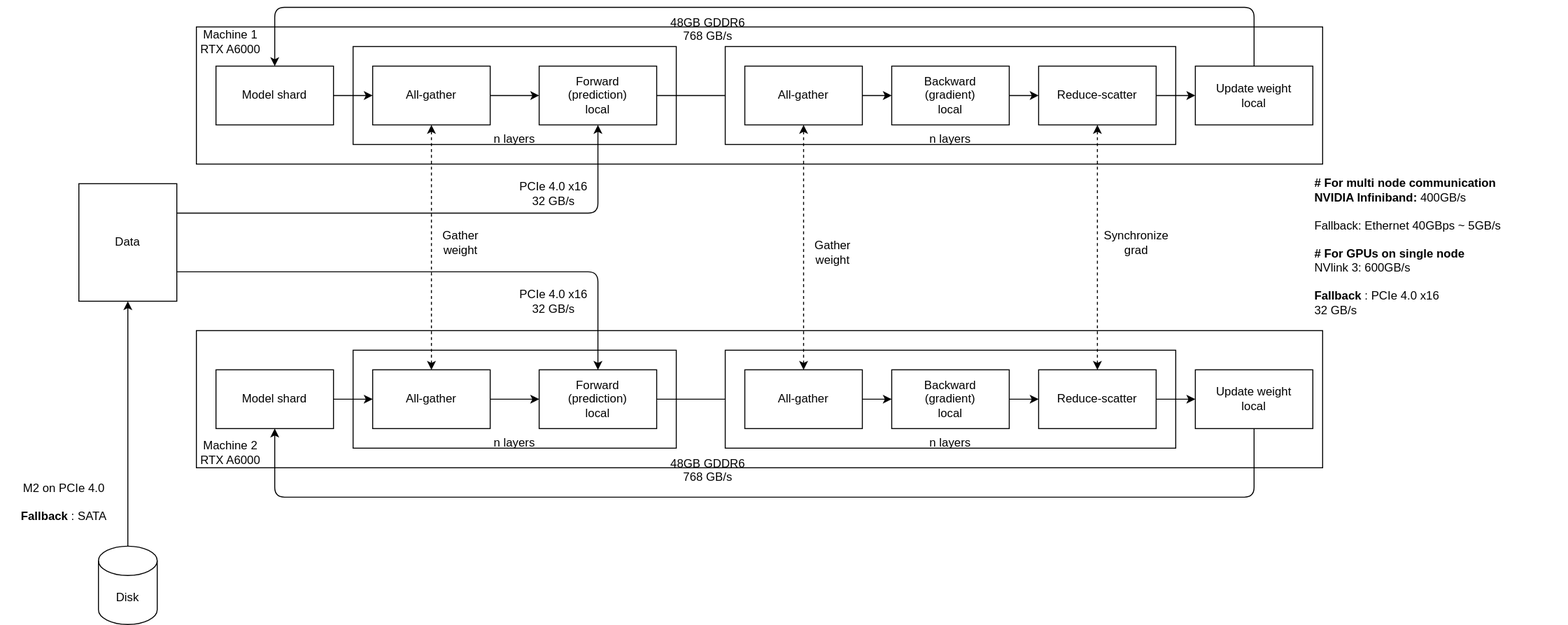
This is src/pages/hardware/_assets/overview-finetuning-7.drawio.svg from janhq/docs, a draw.io export, as it was before one commit. Source tidied: cells renumbered, new cells last; positions are measured from the earlier drawing's top-left corner, leaving out a move shared by most shapes.
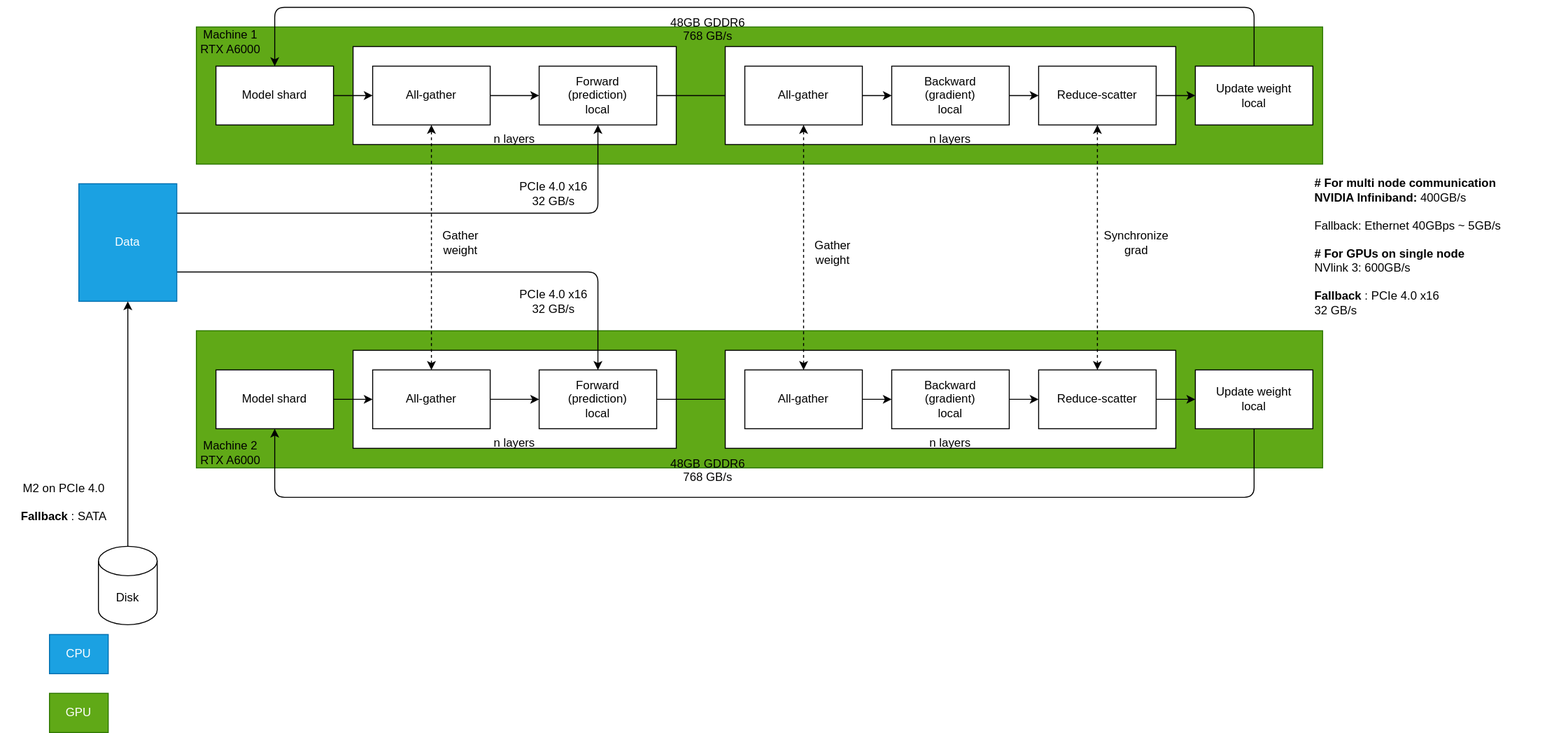
The same diagram one commit later.

What changed in the source:
```diff
@@ -2,13 +2,13 @@
   <root>
     <mxCell id="0" />
     <mxCell id="1" parent="0" />
-    <mxCell id="2" style="rounded=0;whiteSpace=wrap;html=1;" parent="1" vertex="1">
+    <mxCell id="2" style="rounded=0;whiteSpace=wrap;html=1;fillColor=#60a917;fontColor=#ffffff;strokeColor=#2D7600;" parent="1" vertex="1">
       <mxGeometry x="200" y="330" width="1150" height="140" as="geometry" />
     </mxCell>
     <mxCell id="3" style="rounded=0;whiteSpace=wrap;html=1;" parent="1" vertex="1">
       <mxGeometry x="360" y="350" width="330" height="100" as="geometry" />
     </mxCell>
-    <mxCell id="4" style="rounded=0;whiteSpace=wrap;html=1;" parent="1" vertex="1">
+    <mxCell id="4" style="rounded=0;whiteSpace=wrap;html=1;fillColor=#60a917;fontColor=#ffffff;strokeColor=#2D7600;" parent="1" vertex="1">
       <mxGeometry x="200" y="20" width="1150" height="140" as="geometry" />
     </mxCell>
     <mxCell id="5" style="rounded=0;whiteSpace=wrap;html=1;" parent="1" vertex="1">
@@ -28,7 +28,7 @@
         </Array>
       </mxGeometry>
     </mxCell>
-    <mxCell id="8" value="Data" style="rounded=0;whiteSpace=wrap;html=1;" parent="1" vertex="1">
+    <mxCell id="8" value="Data" style="rounded=0;whiteSpace=wrap;html=1;fillColor=#1ba1e2;fontColor=#ffffff;strokeColor=#006EAF;" parent="1" vertex="1">
       <mxGeometry x="80" y="180" width="100" height="120" as="geometry" />
     </mxCell>
     <mxCell id="9" style="edgeStyle=none;html=1;exitX=1;exitY=0.5;exitDx=0;exitDy=0;entryX=0;entryY=0.5;entryDx=0;entryDy=0;" parent="1" edge="1" source="10" target="12">
@@ -216,5 +216,11 @@
     <mxCell id="63" value="&lt;br&gt;&lt;br&gt;&lt;b&gt;&lt;br&gt;# For multi node communication&lt;br&gt;NVIDIA Infiniband: &lt;/b&gt;400GB/s&lt;br&gt;&lt;br&gt;Fallback: Ethernet 40GBps ~ 5GB/s&lt;br&gt;&lt;br&gt;&lt;b&gt;# For GPUs on single node&lt;/b&gt;&lt;br&gt;NVlink 3: 600GB/s&lt;br&gt;&lt;b&gt;&lt;br&gt;Fallback&lt;/b&gt;:&amp;nbsp;&lt;span style=&quot;background-color: initial;&quot;&gt;PCIe 4.0 x16&lt;/span&gt;&lt;div&gt;32 GB/s&lt;/div&gt;&lt;span style=&quot;&quot;&gt;&#9;&lt;/span&gt;" style="text;html=1;strokeColor=none;fillColor=none;align=left;verticalAlign=middle;whiteSpace=wrap;rounded=0;" parent="1" vertex="1">
       <mxGeometry x="1340" y="190" width="260" height="65" as="geometry" />
     </mxCell>
+    <mxCell id="64" value="CPU" style="rounded=0;whiteSpace=wrap;html=1;fillColor=#1ba1e2;fontColor=#ffffff;strokeColor=#006EAF;" parent="1" vertex="1">
+      <mxGeometry x="50" y="640" width="60" height="40" as="geometry" />
+    </mxCell>
+    <mxCell id="65" value="GPU" style="rounded=0;whiteSpace=wrap;html=1;fillColor=#60a917;fontColor=#ffffff;strokeColor=#2D7600;" parent="1" vertex="1">
+      <mxGeometry x="50" y="700" width="60" height="40" as="geometry" />
+    </mxCell>
   </root>
 </mxGraphModel>
```
